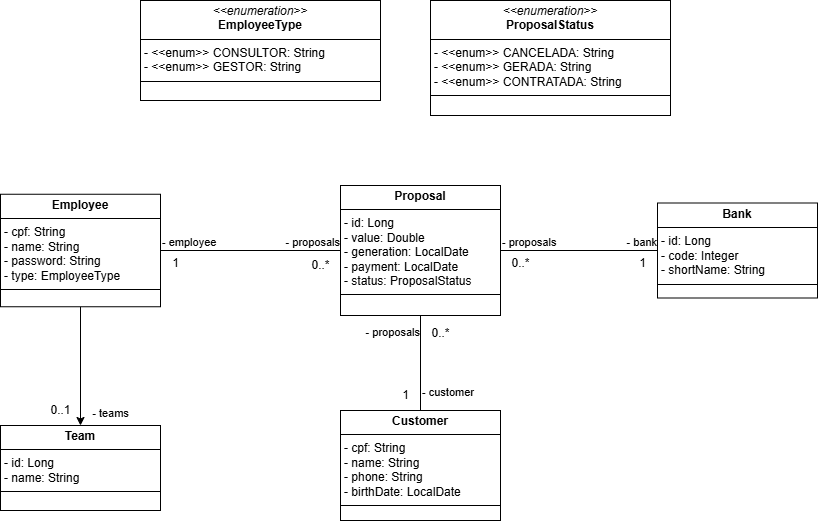
This is documents/diagrama_de_classe.png from Hilan-CP/spring-corban-multibancos, a draw.io export, as it was before one commit. Source tidied: cells renumbered, new cells last; positions are measured from the earlier drawing's top-left corner, leaving out a move shared by most shapes.
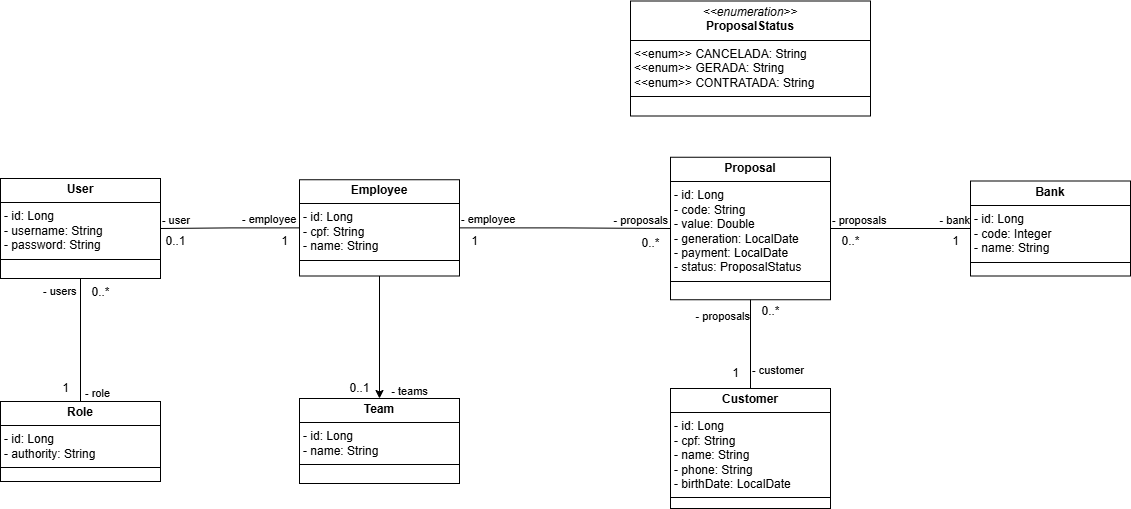
After the commit.

Change to the diagram source:
```diff
@@ -5,32 +5,29 @@
     <mxCell id="2" style="edgeStyle=orthogonalEdgeStyle;rounded=0;jettySize=auto;html=1;entryX=0.5;entryY=0;entryDx=0;entryDy=0;" parent="1" edge="1" source="3" target="4">
       <mxGeometry relative="1" as="geometry" />
     </mxCell>
-    <mxCell id="3" value="&lt;p style=&quot;margin:0px;margin-top:4px;text-align:center;&quot;&gt;&lt;b&gt;Employee&lt;/b&gt;&lt;/p&gt;&lt;hr size=&quot;1&quot; style=&quot;border-style:solid;&quot;&gt;&lt;p style=&quot;margin:0px;margin-left:4px;&quot;&gt;- cpf: String&lt;/p&gt;&lt;p style=&quot;margin:0px;margin-left:4px;&quot;&gt;- name: String&lt;/p&gt;&lt;p style=&quot;margin:0px;margin-left:4px;&quot;&gt;- password: String&lt;/p&gt;&lt;p style=&quot;margin:0px;margin-left:4px;&quot;&gt;- type: EmployeeType&lt;/p&gt;&lt;hr size=&quot;1&quot; style=&quot;border-style:solid;&quot;&gt;&lt;p style=&quot;margin:0px;margin-left:4px;&quot;&gt;&lt;br&gt;&lt;/p&gt;" style="verticalAlign=top;align=left;overflow=fill;html=1;whiteSpace=wrap;" parent="1" vertex="1">
-      <mxGeometry y="193.8" width="160" height="112.5" as="geometry" />
+    <mxCell id="3" value="&lt;p style=&quot;margin:0px;margin-top:4px;text-align:center;&quot;&gt;&lt;b&gt;Employee&lt;/b&gt;&lt;/p&gt;&lt;hr size=&quot;1&quot; style=&quot;border-style:solid;&quot;&gt;&lt;p style=&quot;margin:0px;margin-left:4px;&quot;&gt;- id: Long&lt;/p&gt;&lt;p style=&quot;margin:0px;margin-left:4px;&quot;&gt;- cpf: String&lt;/p&gt;&lt;p style=&quot;margin:0px;margin-left:4px;&quot;&gt;- name: String&lt;/p&gt;&lt;hr size=&quot;1&quot; style=&quot;border-style:solid;&quot;&gt;&lt;p style=&quot;margin:0px;margin-left:4px;&quot;&gt;&lt;br&gt;&lt;/p&gt;" style="verticalAlign=top;align=left;overflow=fill;html=1;whiteSpace=wrap;" parent="1" vertex="1">
+      <mxGeometry x="29" y="201.2" width="160" height="96.2" as="geometry" />
     </mxCell>
     <mxCell id="4" value="&lt;p style=&quot;margin:0px;margin-top:4px;text-align:center;&quot;&gt;&lt;b&gt;Team&lt;/b&gt;&lt;/p&gt;&lt;hr size=&quot;1&quot; style=&quot;border-style:solid;&quot;&gt;&lt;p style=&quot;margin:0px;margin-left:4px;&quot;&gt;- id: Long&lt;/p&gt;&lt;p style=&quot;margin:0px;margin-left:4px;&quot;&gt;- name: String&lt;/p&gt;&lt;hr size=&quot;1&quot; style=&quot;border-style:solid;&quot;&gt;&lt;p style=&quot;margin:0px;margin-left:4px;&quot;&gt;&lt;br&gt;&lt;/p&gt;" style="verticalAlign=top;align=left;overflow=fill;html=1;whiteSpace=wrap;" parent="1" vertex="1">
-      <mxGeometry y="425" width="160" height="85" as="geometry" />
+      <mxGeometry x="29" y="420" width="160" height="85" as="geometry" />
     </mxCell>
-    <mxCell id="5" value="&lt;p style=&quot;margin:0px;margin-top:4px;text-align:center;&quot;&gt;&lt;b&gt;Customer&lt;/b&gt;&lt;/p&gt;&lt;hr size=&quot;1&quot; style=&quot;border-style:solid;&quot;&gt;&lt;p style=&quot;margin:0px;margin-left:4px;&quot;&gt;- cpf: String&lt;/p&gt;&lt;p style=&quot;margin:0px;margin-left:4px;&quot;&gt;- name: String&lt;/p&gt;&lt;p style=&quot;margin:0px;margin-left:4px;&quot;&gt;- phone: String&lt;/p&gt;&lt;p style=&quot;margin:0px;margin-left:4px;&quot;&gt;- birthDate: Local&lt;span style=&quot;background-color: transparent; color: light-dark(rgb(0, 0, 0), rgb(255, 255, 255));&quot;&gt;Date&lt;/span&gt;&lt;/p&gt;&lt;hr size=&quot;1&quot; style=&quot;border-style:solid;&quot;&gt;&lt;p style=&quot;margin:0px;margin-left:4px;&quot;&gt;&lt;br&gt;&lt;/p&gt;" style="verticalAlign=top;align=left;overflow=fill;html=1;whiteSpace=wrap;" parent="1" vertex="1">
-      <mxGeometry x="340" y="410" width="160" height="110" as="geometry" />
+    <mxCell id="5" value="&lt;p style=&quot;margin:0px;margin-top:4px;text-align:center;&quot;&gt;&lt;b&gt;Customer&lt;/b&gt;&lt;/p&gt;&lt;hr size=&quot;1&quot; style=&quot;border-style:solid;&quot;&gt;&lt;p style=&quot;margin:0px;margin-left:4px;&quot;&gt;- id: Long&lt;/p&gt;&lt;p style=&quot;margin:0px;margin-left:4px;&quot;&gt;- cpf: String&lt;/p&gt;&lt;p style=&quot;margin:0px;margin-left:4px;&quot;&gt;- name: String&lt;/p&gt;&lt;p style=&quot;margin:0px;margin-left:4px;&quot;&gt;- phone: String&lt;/p&gt;&lt;p style=&quot;margin:0px;margin-left:4px;&quot;&gt;- birthDate: Local&lt;span style=&quot;background-color: transparent; color: light-dark(rgb(0, 0, 0), rgb(255, 255, 255));&quot;&gt;Date&lt;/span&gt;&lt;/p&gt;&lt;hr size=&quot;1&quot; style=&quot;border-style:solid;&quot;&gt;&lt;p style=&quot;margin:0px;margin-left:4px;&quot;&gt;&lt;br&gt;&lt;/p&gt;" style="verticalAlign=top;align=left;overflow=fill;html=1;whiteSpace=wrap;" parent="1" vertex="1">
+      <mxGeometry x="400" y="410" width="160" height="120" as="geometry" />
     </mxCell>
-    <mxCell id="6" value="&lt;p style=&quot;margin:0px;margin-top:4px;text-align:center;&quot;&gt;&lt;b&gt;Bank&lt;/b&gt;&lt;/p&gt;&lt;hr size=&quot;1&quot; style=&quot;border-style:solid;&quot;&gt;&lt;p style=&quot;margin:0px;margin-left:4px;&quot;&gt;- id: Long&lt;/p&gt;&lt;p style=&quot;margin:0px;margin-left:4px;&quot;&gt;- code: Integer&lt;/p&gt;&lt;p style=&quot;margin:0px;margin-left:4px;&quot;&gt;- shortName: String&lt;/p&gt;&lt;hr size=&quot;1&quot; style=&quot;border-style:solid;&quot;&gt;&lt;p style=&quot;margin:0px;margin-left:4px;&quot;&gt;&lt;br&gt;&lt;/p&gt;" style="verticalAlign=top;align=left;overflow=fill;html=1;whiteSpace=wrap;" parent="1" vertex="1">
-      <mxGeometry x="657" y="202.5" width="160" height="95" as="geometry" />
+    <mxCell id="6" value="&lt;p style=&quot;margin:0px;margin-top:4px;text-align:center;&quot;&gt;&lt;b&gt;Bank&lt;/b&gt;&lt;/p&gt;&lt;hr size=&quot;1&quot; style=&quot;border-style:solid;&quot;&gt;&lt;p style=&quot;margin:0px;margin-left:4px;&quot;&gt;- id: Long&lt;/p&gt;&lt;p style=&quot;margin:0px;margin-left:4px;&quot;&gt;- code: Integer&lt;/p&gt;&lt;p style=&quot;margin:0px;margin-left:4px;&quot;&gt;- name: String&lt;/p&gt;&lt;hr size=&quot;1&quot; style=&quot;border-style:solid;&quot;&gt;&lt;p style=&quot;margin:0px;margin-left:4px;&quot;&gt;&lt;br&gt;&lt;/p&gt;" style="verticalAlign=top;align=left;overflow=fill;html=1;whiteSpace=wrap;" parent="1" vertex="1">
+      <mxGeometry x="700" y="202.5" width="160" height="95" as="geometry" />
     </mxCell>
-    <mxCell id="7" value="&lt;p style=&quot;margin:0px;margin-top:4px;text-align:center;&quot;&gt;&lt;b&gt;Proposal&lt;/b&gt;&lt;/p&gt;&lt;hr size=&quot;1&quot; style=&quot;border-style:solid;&quot;&gt;&lt;p style=&quot;margin:0px;margin-left:4px;&quot;&gt;- id: Long&lt;/p&gt;&lt;p style=&quot;margin:0px;margin-left:4px;&quot;&gt;- value: Double&lt;/p&gt;&lt;p style=&quot;margin:0px;margin-left:4px;&quot;&gt;- generation: LocalDate&lt;/p&gt;&lt;p style=&quot;margin:0px;margin-left:4px;&quot;&gt;- payment: LocalDate&lt;/p&gt;&lt;p style=&quot;margin:0px;margin-left:4px;&quot;&gt;- status: ProposalStatus&lt;/p&gt;&lt;hr size=&quot;1&quot; style=&quot;border-style:solid;&quot;&gt;&lt;p style=&quot;margin:0px;margin-left:4px;&quot;&gt;&lt;br&gt;&lt;/p&gt;" style="verticalAlign=top;align=left;overflow=fill;html=1;whiteSpace=wrap;" parent="1" vertex="1">
-      <mxGeometry x="340" y="185" width="160" height="130" as="geometry" />
+    <mxCell id="7" value="&lt;p style=&quot;margin:0px;margin-top:4px;text-align:center;&quot;&gt;&lt;b&gt;Proposal&lt;/b&gt;&lt;/p&gt;&lt;hr size=&quot;1&quot; style=&quot;border-style:solid;&quot;&gt;&lt;p style=&quot;margin:0px;margin-left:4px;&quot;&gt;- id: Long&lt;/p&gt;&lt;p style=&quot;margin:0px;margin-left:4px;&quot;&gt;- code: String&lt;/p&gt;&lt;p style=&quot;margin:0px;margin-left:4px;&quot;&gt;- value: Double&lt;/p&gt;&lt;p style=&quot;margin:0px;margin-left:4px;&quot;&gt;- generation: LocalDate&lt;/p&gt;&lt;p style=&quot;margin:0px;margin-left:4px;&quot;&gt;- payment: LocalDate&lt;/p&gt;&lt;p style=&quot;margin:0px;margin-left:4px;&quot;&gt;- status: ProposalStatus&lt;/p&gt;&lt;hr size=&quot;1&quot; style=&quot;border-style:solid;&quot;&gt;&lt;p style=&quot;margin:0px;margin-left:4px;&quot;&gt;&lt;br&gt;&lt;/p&gt;" style="verticalAlign=top;align=left;overflow=fill;html=1;whiteSpace=wrap;" parent="1" vertex="1">
+      <mxGeometry x="400" y="178.8" width="160" height="142.5" as="geometry" />
     </mxCell>
     <mxCell id="8" value="0..1" style="text;html=1;align=center;verticalAlign=middle;strokeColor=none;fillColor=none;" parent="1" vertex="1">
-      <mxGeometry x="40" y="395" width="40" height="30" as="geometry" />
+      <mxGeometry x="69" y="394.5" width="40" height="30" as="geometry" />
     </mxCell>
-    <mxCell id="9" value="&lt;p style=&quot;margin:0px;margin-top:4px;text-align:center;&quot;&gt;&lt;i&gt;&amp;lt;&amp;lt;enumeration&amp;gt;&amp;gt;&lt;/i&gt;&lt;br&gt;&lt;b&gt;EmployeeType&lt;/b&gt;&lt;/p&gt;&lt;hr size=&quot;1&quot; style=&quot;border-style:solid;&quot;&gt;&lt;p style=&quot;margin:0px;margin-left:4px;&quot;&gt;- &amp;lt;&amp;lt;enum&amp;gt;&amp;gt; CONSULTOR: String&lt;br&gt;- &amp;lt;&amp;lt;enum&amp;gt;&amp;gt; GESTOR:&amp;nbsp;&lt;span style=&quot;background-color: initial;&quot;&gt;String&lt;/span&gt;&lt;/p&gt;&lt;hr size=&quot;1&quot; style=&quot;border-style:solid;&quot;&gt;&lt;p style=&quot;margin:0px;margin-left:4px;&quot;&gt;&lt;br&gt;&lt;/p&gt;" style="verticalAlign=top;align=left;overflow=fill;html=1;whiteSpace=wrap;" parent="1" vertex="1">
-      <mxGeometry x="140" width="240" height="100" as="geometry" />
-    </mxCell>
-    <mxCell id="10" value="&lt;p style=&quot;margin:0px;margin-top:4px;text-align:center;&quot;&gt;&lt;i&gt;&amp;lt;&amp;lt;enumeration&amp;gt;&amp;gt;&lt;/i&gt;&lt;br&gt;&lt;b&gt;ProposalStatus&lt;/b&gt;&lt;/p&gt;&lt;hr size=&quot;1&quot; style=&quot;border-style:solid;&quot;&gt;&lt;p style=&quot;margin:0px;margin-left:4px;&quot;&gt;- &amp;lt;&amp;lt;enum&amp;gt;&amp;gt; CANCELADA: String&lt;br&gt;-&amp;nbsp;&lt;span style=&quot;background-color: initial;&quot;&gt;&amp;lt;&amp;lt;enum&amp;gt;&amp;gt; GERADA:&amp;nbsp;&lt;/span&gt;&lt;span style=&quot;background-color: initial;&quot;&gt;String&lt;/span&gt;&lt;/p&gt;&lt;p style=&quot;margin:0px;margin-left:4px;&quot;&gt;&lt;span style=&quot;background-color: initial;&quot;&gt;-&amp;nbsp;&lt;/span&gt;&lt;span style=&quot;background-color: initial;&quot;&gt;&amp;lt;&amp;lt;enum&amp;gt;&amp;gt; CONTRATADA:&amp;nbsp;&lt;/span&gt;&lt;span style=&quot;background-color: initial;&quot;&gt;String&lt;/span&gt;&lt;/p&gt;&lt;hr size=&quot;1&quot; style=&quot;border-style:solid;&quot;&gt;&lt;p style=&quot;margin:0px;margin-left:4px;&quot;&gt;&lt;br&gt;&lt;/p&gt;" style="verticalAlign=top;align=left;overflow=fill;html=1;whiteSpace=wrap;" parent="1" vertex="1">
-      <mxGeometry x="430" width="240" height="115" as="geometry" />
+    <mxCell id="10" value="&lt;p style=&quot;margin:0px;margin-top:4px;text-align:center;&quot;&gt;&lt;i&gt;&amp;lt;&amp;lt;enumeration&amp;gt;&amp;gt;&lt;/i&gt;&lt;br&gt;&lt;b&gt;ProposalStatus&lt;/b&gt;&lt;/p&gt;&lt;hr size=&quot;1&quot; style=&quot;border-style:solid;&quot;&gt;&lt;p style=&quot;margin:0px;margin-left:4px;&quot;&gt;&amp;lt;&amp;lt;enum&amp;gt;&amp;gt; CANCELADA: String&lt;br&gt;&lt;span style=&quot;background-color: initial;&quot;&gt;&amp;lt;&amp;lt;enum&amp;gt;&amp;gt; GERADA:&amp;nbsp;&lt;/span&gt;&lt;span style=&quot;background-color: initial;&quot;&gt;String&lt;/span&gt;&lt;/p&gt;&lt;p style=&quot;margin:0px;margin-left:4px;&quot;&gt;&lt;span style=&quot;background-color: initial;&quot;&gt;&amp;lt;&amp;lt;enum&amp;gt;&amp;gt; CONTRATADA:&amp;nbsp;&lt;/span&gt;&lt;span style=&quot;background-color: initial;&quot;&gt;String&lt;/span&gt;&lt;/p&gt;&lt;hr size=&quot;1&quot; style=&quot;border-style:solid;&quot;&gt;&lt;p style=&quot;margin:0px;margin-left:4px;&quot;&gt;&lt;br&gt;&lt;/p&gt;" style="verticalAlign=top;align=left;overflow=fill;html=1;whiteSpace=wrap;" parent="1" vertex="1">
+      <mxGeometry x="360" y="22.5" width="240" height="115" as="geometry" />
     </mxCell>
     <mxCell id="11" value="- teams" style="text;html=1;align=center;verticalAlign=middle;strokeColor=none;fillColor=none;fontSize=11;" parent="1" vertex="1">
-      <mxGeometry x="80" y="398" width="60" height="30" as="geometry" />
+      <mxGeometry x="109" y="397.5" width="60" height="30" as="geometry" />
     </mxCell>
     <mxCell id="12" style="endArrow=none;html=1;edgeStyle=orthogonalEdgeStyle;rounded=0;entryX=0;entryY=0.5;entryDx=0;entryDy=0;exitX=1;exitY=0.5;exitDx=0;exitDy=0;" parent="1" edge="1" source="7" target="6">
       <mxGeometry relative="1" as="geometry" />
@@ -42,10 +39,10 @@
       <mxGeometry x="1" relative="1" as="geometry" />
     </mxCell>
     <mxCell id="15" value="0..*" style="text;html=1;align=center;verticalAlign=middle;strokeColor=none;fillColor=none;" parent="1" vertex="1">
-      <mxGeometry x="500" y="248" width="40" height="30" as="geometry" />
+      <mxGeometry x="560" y="248" width="40" height="30" as="geometry" />
     </mxCell>
     <mxCell id="16" value="1" style="text;html=1;align=center;verticalAlign=middle;strokeColor=none;fillColor=none;" parent="1" vertex="1">
-      <mxGeometry x="627" y="248" width="30" height="30" as="geometry" />
+      <mxGeometry x="670" y="248" width="30" height="30" as="geometry" />
     </mxCell>
     <mxCell id="17" style="endArrow=none;html=1;edgeStyle=orthogonalEdgeStyle;rounded=0;entryX=0;entryY=0.5;entryDx=0;entryDy=0;exitX=1;exitY=0.5;exitDx=0;exitDy=0;" parent="1" edge="1" source="3" target="7">
       <mxGeometry relative="1" as="geometry" />
@@ -54,13 +51,15 @@
       <mxGeometry x="-1" relative="1" as="geometry" />
     </mxCell>
     <mxCell id="19" value="- proposals" style="edgeLabel;html=1;align=right;verticalAlign=bottom;" parent="17" vertex="1">
-      <mxGeometry x="1" relative="1" as="geometry" />
+      <mxGeometry x="1" relative="1" as="geometry">
+        <mxPoint x="-2" as="offset" />
+      </mxGeometry>
     </mxCell>
     <mxCell id="20" value="0..*" style="text;html=1;align=center;verticalAlign=middle;strokeColor=none;fillColor=none;" parent="1" vertex="1">
-      <mxGeometry x="300" y="250" width="40" height="30" as="geometry" />
+      <mxGeometry x="360" y="250" width="40" height="30" as="geometry" />
     </mxCell>
     <mxCell id="21" value="1" style="text;html=1;align=center;verticalAlign=middle;strokeColor=none;fillColor=none;" parent="1" vertex="1">
-      <mxGeometry x="160" y="248" width="30" height="30" as="geometry" />
+      <mxGeometry x="189" y="247.5" width="30" height="30" as="geometry" />
     </mxCell>
     <mxCell id="22" style="endArrow=none;html=1;edgeStyle=orthogonalEdgeStyle;rounded=0;entryX=0.5;entryY=1;entryDx=0;entryDy=0;exitX=0.5;exitY=0;exitDx=0;exitDy=0;" parent="1" edge="1" source="5" target="7">
       <mxGeometry relative="1" as="geometry" />
@@ -76,10 +75,54 @@
       </mxGeometry>
     </mxCell>
     <mxCell id="25" value="0..*" style="text;html=1;align=center;verticalAlign=middle;strokeColor=none;fillColor=none;" parent="1" vertex="1">
-      <mxGeometry x="420" y="318" width="40" height="30" as="geometry" />
+      <mxGeometry x="480" y="318" width="40" height="30" as="geometry" />
     </mxCell>
     <mxCell id="26" value="1" style="text;html=1;align=center;verticalAlign=middle;strokeColor=none;fillColor=none;" parent="1" vertex="1">
-      <mxGeometry x="390" y="380" width="30" height="30" as="geometry" />
+      <mxGeometry x="450" y="380" width="30" height="30" as="geometry" />
     </mxCell>
+    <mxCell id="27" value="&lt;p style=&quot;margin:0px;margin-top:4px;text-align:center;&quot;&gt;&lt;b&gt;Role&lt;/b&gt;&lt;/p&gt;&lt;hr size=&quot;1&quot; style=&quot;border-style:solid;&quot;&gt;&lt;p style=&quot;margin:0px;margin-left:4px;&quot;&gt;- id: Long&lt;br&gt;&lt;/p&gt;&lt;p style=&quot;margin:0px;margin-left:4px;&quot;&gt;- authority: String&lt;br&gt;&lt;/p&gt;&lt;hr size=&quot;1&quot; style=&quot;border-style:solid;&quot;&gt;&lt;p style=&quot;margin:0px;margin-left:4px;&quot;&gt;&lt;br&gt;&lt;/p&gt;" style="verticalAlign=top;align=left;overflow=fill;html=1;whiteSpace=wrap;" parent="1" vertex="1">
+      <mxGeometry x="-270" y="423" width="160" height="80" as="geometry" />
+    </mxCell>
+    <mxCell id="28" value="&lt;p style=&quot;margin:0px;margin-top:4px;text-align:center;&quot;&gt;&lt;b&gt;User&lt;/b&gt;&lt;/p&gt;&lt;hr size=&quot;1&quot; style=&quot;border-style:solid;&quot;&gt;&lt;p style=&quot;margin:0px;margin-left:4px;&quot;&gt;- id: Long&lt;br&gt;&lt;/p&gt;&lt;p style=&quot;margin:0px;margin-left:4px;&quot;&gt;- username: String&lt;br&gt;&lt;/p&gt;&lt;p style=&quot;margin:0px;margin-left:4px;&quot;&gt;- password: String&lt;/p&gt;&lt;hr size=&quot;1&quot; style=&quot;border-style:solid;&quot;&gt;&lt;p style=&quot;margin:0px;margin-left:4px;&quot;&gt;&lt;br&gt;&lt;/p&gt;" style="verticalAlign=top;align=left;overflow=fill;html=1;whiteSpace=wrap;" parent="1" vertex="1">
+      <mxGeometry x="-270" y="200" width="160" height="100" as="geometry" />
+    </mxCell>
+    <mxCell id="29" style="endArrow=none;html=1;edgeStyle=orthogonalEdgeStyle;rounded=0;entryX=1;entryY=0.5;entryDx=0;entryDy=0;exitX=0;exitY=0.5;exitDx=0;exitDy=0;" parent="1" edge="1" source="3" target="28">
+      <mxGeometry relative="1" as="geometry" />
+    </mxCell>
+    <mxCell id="30" value="- employee" style="edgeLabel;html=1;align=left;verticalAlign=bottom;" parent="29" vertex="1">
+      <mxGeometry x="-1" relative="1" as="geometry">
+        <mxPoint x="-59" as="offset" />
+      </mxGeometry>
+    </mxCell>
+    <mxCell id="31" value="- user" style="edgeLabel;html=1;align=right;verticalAlign=bottom;" parent="29" vertex="1">
+      <mxGeometry x="1" relative="1" as="geometry">
+        <mxPoint x="30" as="offset" />
+      </mxGeometry>
+    </mxCell>
+    <mxCell id="32" value="1" style="text;html=1;align=center;verticalAlign=middle;strokeColor=none;fillColor=none;" parent="1" vertex="1">
+      <mxGeometry x="-1" y="247.5" width="30" height="30" as="geometry" />
+    </mxCell>
+    <mxCell id="33" value="0..1" style="text;html=1;align=center;verticalAlign=middle;strokeColor=none;fillColor=none;" parent="1" vertex="1">
+      <mxGeometry x="-115" y="248" width="40" height="30" as="geometry" />
+    </mxCell>
+    <mxCell id="34" style="endArrow=none;html=1;edgeStyle=orthogonalEdgeStyle;rounded=0;entryX=0.5;entryY=0;entryDx=0;entryDy=0;exitX=0.5;exitY=1;exitDx=0;exitDy=0;" parent="1" edge="1" source="28" target="27">
+      <mxGeometry relative="1" as="geometry" />
+    </mxCell>
+    <mxCell id="35" value="- users" style="edgeLabel;html=1;align=left;verticalAlign=bottom;" parent="34" vertex="1">
+      <mxGeometry x="-1" relative="1" as="geometry">
+        <mxPoint x="-39" y="21" as="offset" />
+      </mxGeometry>
+    </mxCell>
+    <mxCell id="36" value="- role" style="edgeLabel;html=1;align=right;verticalAlign=bottom;" parent="34" vertex="1">
+      <mxGeometry x="1" relative="1" as="geometry">
+        <mxPoint x="30" as="offset" />
+      </mxGeometry>
+    </mxCell>
+    <mxCell id="37" value="0..*" style="text;html=1;align=center;verticalAlign=middle;strokeColor=none;fillColor=none;" parent="1" vertex="1">
+      <mxGeometry x="-190" y="298.5" width="40" height="30" as="geometry" />
+    </mxCell>
+    <mxCell id="38" value="1" style="text;html=1;align=center;verticalAlign=middle;strokeColor=none;fillColor=none;" parent="1" vertex="1">
+      <mxGeometry x="-220" y="395" width="30" height="30" as="geometry" />
+    </mxCell>
   </root>
 </mxGraphModel>
```
